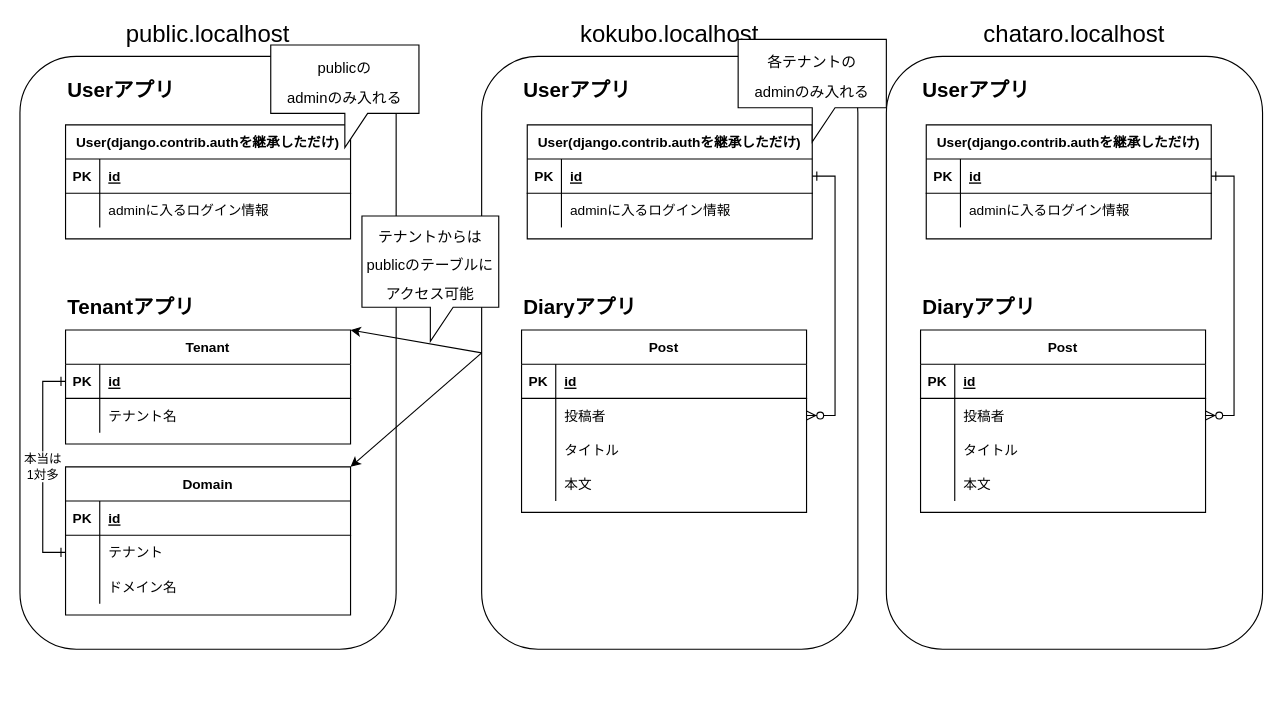
Above: er.drawio in yheihei/django-tenants-diary (draw.io), before the change. Source tidied: cells renumbered, new cells numbered last; positions are measured from the earlier drawing's top-left corner, leaving out a move shared by most shapes. Both pictures are drawn from the tidied source at 114%, with x=0, y=0 at pixel (19, 22).
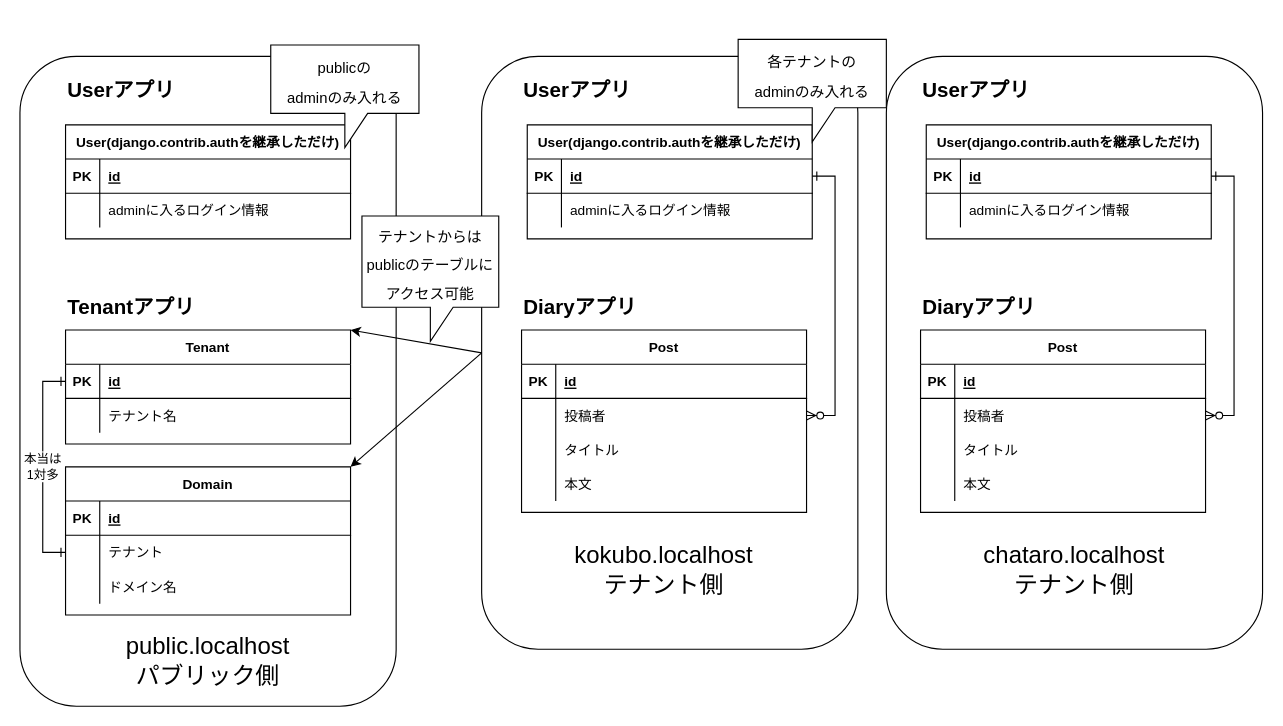
After the change.

Commit message:
マルチテナントの概要図を作成 #7

Change to the diagram source:
```diff
@@
     <mxCell id="4" style="rounded=1;whiteSpace=wrap;html=1;" parent="1" vertex="1">
-      <mxGeometry y="30" width="330" height="520" as="geometry" />
+      <mxGeometry y="30" width="330" height="570" as="geometry" />
     </mxCell>
@@
-    <mxCell id="78" value="public.localhost" style="text;html=1;strokeColor=none;fillColor=none;align=center;verticalAlign=middle;whiteSpace=wrap;rounded=0;fontSize=21;" parent="1" vertex="1">
-      <mxGeometry width="330" height="20" as="geometry" />
+    <mxCell id="78" value="public.localhost&lt;br&gt;パブリック側" style="text;html=1;strokeColor=none;fillColor=none;align=center;verticalAlign=middle;whiteSpace=wrap;rounded=0;fontSize=21;" parent="1" vertex="1">
+      <mxGeometry y="550" width="330" height="20" as="geometry" />
     </mxCell>
-    <mxCell id="79" value="kokubo.localhost" style="text;html=1;strokeColor=none;fillColor=none;align=center;verticalAlign=middle;whiteSpace=wrap;rounded=0;fontSize=21;" parent="1" vertex="1">
-      <mxGeometry x="405" width="330" height="20" as="geometry" />
+    <mxCell id="79" value="kokubo.localhost&lt;br&gt;テナント側" style="text;html=1;strokeColor=none;fillColor=none;align=center;verticalAlign=middle;whiteSpace=wrap;rounded=0;fontSize=21;" parent="1" vertex="1">
+      <mxGeometry x="400" y="470" width="330" height="20" as="geometry" />
     </mxCell>
-    <mxCell id="80" value="chataro.localhost" style="text;html=1;strokeColor=none;fillColor=none;align=center;verticalAlign=middle;whiteSpace=wrap;rounded=0;fontSize=21;" parent="1" vertex="1">
-      <mxGeometry x="760" width="330" height="20" as="geometry" />
+    <mxCell id="80" value="chataro.localhost&lt;br&gt;テナント側" style="text;html=1;strokeColor=none;fillColor=none;align=center;verticalAlign=middle;whiteSpace=wrap;rounded=0;fontSize=21;" parent="1" vertex="1">
+      <mxGeometry x="760" y="470" width="330" height="20" as="geometry" />
     </mxCell>
```
